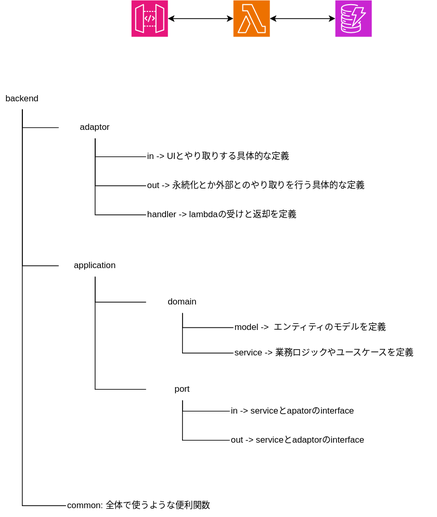
This is document/design.drawio.svg from maruring/CleanArchitecture, a draw.io export, as it was before one commit. Source tidied: cells renumbered, new cells last; positions are measured from the earlier drawing's top-left corner, leaving out a move shared by most shapes.
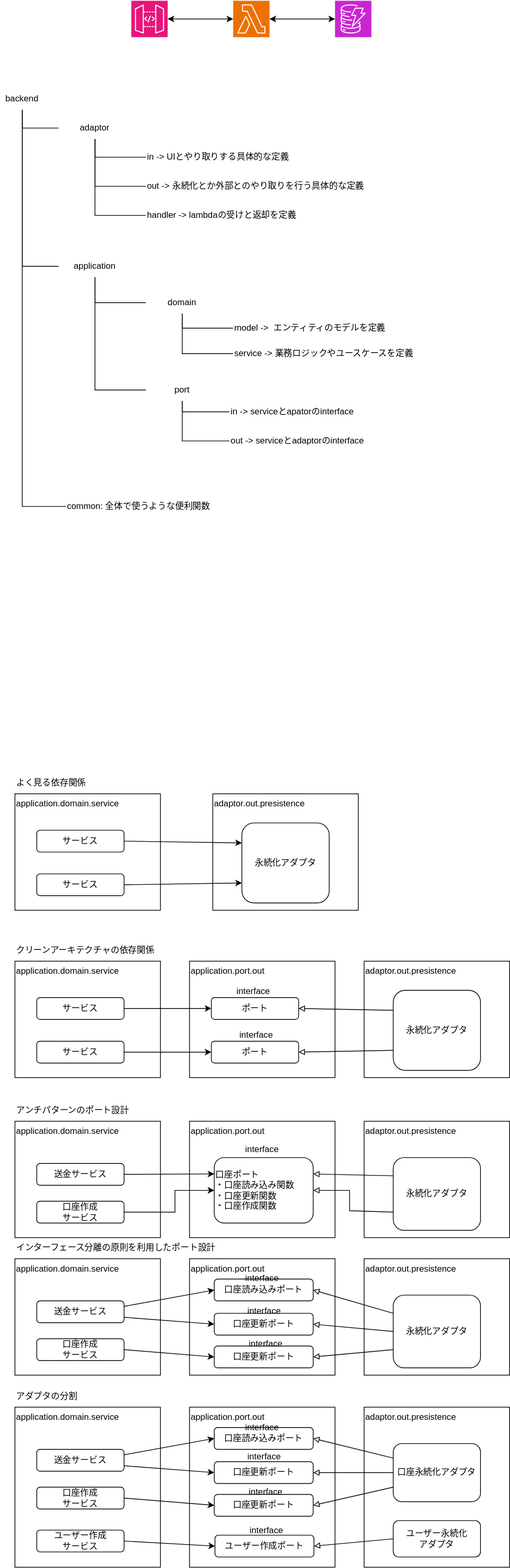
The same file after the commit.

Change to the diagram source:
```diff
@@ -140,5 +140,255 @@
     <mxCell id="31" value="out -&amp;gt; serviceとadaptorのinterface" style="text;html=1;align=left;verticalAlign=middle;whiteSpace=wrap;rounded=0;" parent="1" vertex="1">
       <mxGeometry x="315" y="590" width="235" height="30" as="geometry" />
     </mxCell>
+    <mxCell id="32" value="application.domain.service" style="rounded=0;whiteSpace=wrap;html=1;align=left;verticalAlign=top;" parent="1" vertex="1">
+      <mxGeometry x="20" y="1090" width="200" height="160" as="geometry" />
+    </mxCell>
+    <mxCell id="33" value="adaptor.out.presistence" style="rounded=0;whiteSpace=wrap;html=1;align=left;verticalAlign=top;" parent="1" vertex="1">
+      <mxGeometry x="292" y="1090" width="200" height="160" as="geometry" />
+    </mxCell>
+    <mxCell id="34" style="edgeStyle=none;html=1;exitX=1;exitY=0.5;exitDx=0;exitDy=0;entryX=0;entryY=0.75;entryDx=0;entryDy=0;" parent="1" edge="1" source="35" target="38">
+      <mxGeometry relative="1" as="geometry" />
+    </mxCell>
+    <mxCell id="35" value="サービス" style="rounded=1;whiteSpace=wrap;html=1;" parent="1" vertex="1">
+      <mxGeometry x="50" y="1200" width="120" height="30" as="geometry" />
+    </mxCell>
+    <mxCell id="36" style="edgeStyle=none;html=1;exitX=1;exitY=0.5;exitDx=0;exitDy=0;entryX=0;entryY=0.25;entryDx=0;entryDy=0;" parent="1" edge="1" source="37" target="38">
+      <mxGeometry relative="1" as="geometry" />
+    </mxCell>
+    <mxCell id="37" value="サービス" style="rounded=1;whiteSpace=wrap;html=1;" parent="1" vertex="1">
+      <mxGeometry x="50" y="1140" width="120" height="30" as="geometry" />
+    </mxCell>
+    <mxCell id="38" value="永続化アダプタ" style="rounded=1;whiteSpace=wrap;html=1;" parent="1" vertex="1">
+      <mxGeometry x="332" y="1130" width="120" height="110" as="geometry" />
+    </mxCell>
+    <mxCell id="39" value="application.domain.service" style="rounded=0;whiteSpace=wrap;html=1;align=left;verticalAlign=top;" parent="1" vertex="1">
+      <mxGeometry x="20" y="1320" width="200" height="160" as="geometry" />
+    </mxCell>
+    <mxCell id="40" value="application.port.out" style="rounded=0;whiteSpace=wrap;html=1;align=left;verticalAlign=top;" parent="1" vertex="1">
+      <mxGeometry x="260" y="1320" width="200" height="160" as="geometry" />
+    </mxCell>
+    <mxCell id="41" value="adaptor.out.presistence" style="rounded=0;whiteSpace=wrap;html=1;align=left;verticalAlign=top;" parent="1" vertex="1">
+      <mxGeometry x="500" y="1320" width="200" height="160" as="geometry" />
+    </mxCell>
+    <mxCell id="42" style="edgeStyle=none;html=1;exitX=1;exitY=0.5;exitDx=0;exitDy=0;entryX=0;entryY=0.5;entryDx=0;entryDy=0;" parent="1" edge="1" source="43" target="47">
+      <mxGeometry relative="1" as="geometry" />
+    </mxCell>
+    <mxCell id="43" value="サービス" style="rounded=1;whiteSpace=wrap;html=1;" parent="1" vertex="1">
+      <mxGeometry x="50" y="1430" width="120" height="30" as="geometry" />
+    </mxCell>
+    <mxCell id="44" style="edgeStyle=none;html=1;exitX=1;exitY=0.5;exitDx=0;exitDy=0;entryX=0;entryY=0.5;entryDx=0;entryDy=0;" parent="1" edge="1" source="45" target="46">
+      <mxGeometry relative="1" as="geometry" />
+    </mxCell>
+    <mxCell id="45" value="サービス" style="rounded=1;whiteSpace=wrap;html=1;" parent="1" vertex="1">
+      <mxGeometry x="50" y="1370" width="120" height="30" as="geometry" />
+    </mxCell>
+    <mxCell id="46" value="ポート" style="rounded=1;whiteSpace=wrap;html=1;" parent="1" vertex="1">
+      <mxGeometry x="290" y="1370" width="120" height="30" as="geometry" />
+    </mxCell>
+    <mxCell id="47" value="ポート" style="rounded=1;whiteSpace=wrap;html=1;" parent="1" vertex="1">
+      <mxGeometry x="290" y="1430" width="120" height="30" as="geometry" />
+    </mxCell>
+    <mxCell id="48" style="edgeStyle=none;html=1;exitX=0;exitY=0.25;exitDx=0;exitDy=0;entryX=1;entryY=0.5;entryDx=0;entryDy=0;endArrow=block;endFill=0;" parent="1" edge="1" source="50" target="46">
+      <mxGeometry relative="1" as="geometry" />
+    </mxCell>
+    <mxCell id="49" style="edgeStyle=none;html=1;exitX=0;exitY=0.75;exitDx=0;exitDy=0;entryX=1;entryY=0.5;entryDx=0;entryDy=0;endArrow=block;endFill=0;" parent="1" edge="1" source="50" target="47">
+      <mxGeometry relative="1" as="geometry" />
+    </mxCell>
+    <mxCell id="50" value="永続化アダプタ" style="rounded=1;whiteSpace=wrap;html=1;" parent="1" vertex="1">
+      <mxGeometry x="540" y="1360" width="120" height="110" as="geometry" />
+    </mxCell>
+    <mxCell id="51" value="interface" style="text;html=1;align=center;verticalAlign=middle;whiteSpace=wrap;rounded=0;" parent="1" vertex="1">
+      <mxGeometry x="300" y="1347" width="96" height="30" as="geometry" />
+    </mxCell>
+    <mxCell id="52" value="interface" style="text;html=1;align=center;verticalAlign=middle;whiteSpace=wrap;rounded=0;" parent="1" vertex="1">
+      <mxGeometry x="304" y="1407" width="96" height="30" as="geometry" />
+    </mxCell>
+    <mxCell id="53" value="よく見る依存関係" style="text;html=1;align=left;verticalAlign=middle;whiteSpace=wrap;rounded=0;" parent="1" vertex="1">
+      <mxGeometry x="20" y="1060" width="150" height="30" as="geometry" />
+    </mxCell>
+    <mxCell id="54" value="クリーンアーキテクチャの依存関係" style="text;html=1;align=left;verticalAlign=middle;whiteSpace=wrap;rounded=0;" parent="1" vertex="1">
+      <mxGeometry x="20" y="1290" width="200" height="30" as="geometry" />
+    </mxCell>
+    <mxCell id="55" value="application.domain.service" style="rounded=0;whiteSpace=wrap;html=1;align=left;verticalAlign=top;" parent="1" vertex="1">
+      <mxGeometry x="20" y="1540" width="200" height="160" as="geometry" />
+    </mxCell>
+    <mxCell id="56" value="application.port.out" style="rounded=0;whiteSpace=wrap;html=1;align=left;verticalAlign=top;" parent="1" vertex="1">
+      <mxGeometry x="260" y="1540" width="200" height="160" as="geometry" />
+    </mxCell>
+    <mxCell id="57" value="adaptor.out.presistence" style="rounded=0;whiteSpace=wrap;html=1;align=left;verticalAlign=top;" parent="1" vertex="1">
+      <mxGeometry x="500" y="1540" width="200" height="160" as="geometry" />
+    </mxCell>
+    <mxCell id="58" style="edgeStyle=none;html=1;exitX=1;exitY=0.5;exitDx=0;exitDy=0;entryX=0;entryY=0.5;entryDx=0;entryDy=0;rounded=0;curved=0;" parent="1" edge="1" source="59" target="62">
+      <mxGeometry relative="1" as="geometry">
+        <Array as="points">
+          <mxPoint x="240" y="1665" />
+          <mxPoint x="240" y="1635" />
+        </Array>
+      </mxGeometry>
+    </mxCell>
+    <mxCell id="59" value="口座作成&lt;div&gt;サービス&lt;/div&gt;" style="rounded=1;whiteSpace=wrap;html=1;" parent="1" vertex="1">
+      <mxGeometry x="50" y="1650" width="120" height="30" as="geometry" />
+    </mxCell>
+    <mxCell id="60" style="edgeStyle=none;html=1;exitX=1;exitY=0.5;exitDx=0;exitDy=0;entryX=0;entryY=0.25;entryDx=0;entryDy=0;" parent="1" edge="1" source="61" target="62">
+      <mxGeometry relative="1" as="geometry" />
+    </mxCell>
+    <mxCell id="61" value="送金サービス" style="rounded=1;whiteSpace=wrap;html=1;" parent="1" vertex="1">
+      <mxGeometry x="50" y="1598" width="120" height="30" as="geometry" />
+    </mxCell>
+    <mxCell id="62" value="口座ポート&lt;div&gt;・口座読み込み関数&lt;/div&gt;&lt;div&gt;・口座更新関数&lt;/div&gt;&lt;div&gt;・口座作成関数&lt;/div&gt;" style="rounded=1;whiteSpace=wrap;html=1;align=left;" parent="1" vertex="1">
+      <mxGeometry x="294" y="1590" width="136" height="90" as="geometry" />
+    </mxCell>
+    <mxCell id="63" style="edgeStyle=none;html=1;exitX=0;exitY=0.25;exitDx=0;exitDy=0;entryX=1;entryY=0.25;entryDx=0;entryDy=0;endArrow=block;endFill=0;" parent="1" edge="1" source="65" target="62">
+      <mxGeometry relative="1" as="geometry" />
+    </mxCell>
+    <mxCell id="64" style="edgeStyle=none;html=1;exitX=0;exitY=0.75;exitDx=0;exitDy=0;entryX=1;entryY=0.5;entryDx=0;entryDy=0;endArrow=block;endFill=0;rounded=0;curved=0;" parent="1" edge="1" source="65" target="62">
+      <mxGeometry relative="1" as="geometry">
+        <Array as="points">
+          <mxPoint x="480" y="1663" />
+          <mxPoint x="480" y="1635" />
+        </Array>
+      </mxGeometry>
+    </mxCell>
+    <mxCell id="65" value="永続化アダプタ" style="rounded=1;whiteSpace=wrap;html=1;" parent="1" vertex="1">
+      <mxGeometry x="540" y="1590" width="120" height="100" as="geometry" />
+    </mxCell>
+    <mxCell id="66" value="interface" style="text;html=1;align=center;verticalAlign=middle;whiteSpace=wrap;rounded=0;" parent="1" vertex="1">
+      <mxGeometry x="312" y="1564" width="96" height="30" as="geometry" />
+    </mxCell>
+    <mxCell id="67" value="アンチパターンのポート設計" style="text;html=1;align=left;verticalAlign=middle;whiteSpace=wrap;rounded=0;" parent="1" vertex="1">
+      <mxGeometry x="20" y="1510" width="200" height="30" as="geometry" />
+    </mxCell>
+    <mxCell id="68" value="application.domain.service" style="rounded=0;whiteSpace=wrap;html=1;align=left;verticalAlign=top;" parent="1" vertex="1">
+      <mxGeometry x="20" y="1729" width="200" height="160" as="geometry" />
+    </mxCell>
+    <mxCell id="69" value="application.port.out" style="rounded=0;whiteSpace=wrap;html=1;align=left;verticalAlign=top;" parent="1" vertex="1">
+      <mxGeometry x="260" y="1729" width="200" height="160" as="geometry" />
+    </mxCell>
+    <mxCell id="70" value="adaptor.out.presistence" style="rounded=0;whiteSpace=wrap;html=1;align=left;verticalAlign=top;" parent="1" vertex="1">
+      <mxGeometry x="500" y="1729" width="200" height="160" as="geometry" />
+    </mxCell>
+    <mxCell id="71" value="口座作成&lt;div&gt;サービス&lt;/div&gt;" style="rounded=1;whiteSpace=wrap;html=1;" parent="1" vertex="1">
+      <mxGeometry x="50" y="1839" width="120" height="30" as="geometry" />
+    </mxCell>
+    <mxCell id="72" value="送金サービス" style="rounded=1;whiteSpace=wrap;html=1;" parent="1" vertex="1">
+      <mxGeometry x="50" y="1787" width="120" height="30" as="geometry" />
+    </mxCell>
+    <mxCell id="73" value="口座読み込みポート" style="rounded=1;whiteSpace=wrap;html=1;align=center;" parent="1" vertex="1">
+      <mxGeometry x="294" y="1757" width="136" height="30" as="geometry" />
+    </mxCell>
+    <mxCell id="74" style="edgeStyle=none;html=1;exitX=0;exitY=0.25;exitDx=0;exitDy=0;entryX=1;entryY=0.5;entryDx=0;entryDy=0;endArrow=block;endFill=0;" parent="1" edge="1" source="75" target="73">
+      <mxGeometry relative="1" as="geometry" />
+    </mxCell>
+    <mxCell id="75" value="永続化アダプタ" style="rounded=1;whiteSpace=wrap;html=1;" parent="1" vertex="1">
+      <mxGeometry x="540" y="1779" width="120" height="100" as="geometry" />
+    </mxCell>
+    <mxCell id="76" value="口座更新ポート" style="rounded=1;whiteSpace=wrap;html=1;align=center;" parent="1" vertex="1">
+      <mxGeometry x="294" y="1804" width="136" height="30" as="geometry" />
+    </mxCell>
+    <mxCell id="77" value="口座更新ポート" style="rounded=1;whiteSpace=wrap;html=1;align=center;" parent="1" vertex="1">
+      <mxGeometry x="294" y="1849" width="136" height="30" as="geometry" />
+    </mxCell>
+    <mxCell id="78" value="interface" style="text;html=1;align=center;verticalAlign=middle;whiteSpace=wrap;rounded=0;" parent="1" vertex="1">
+      <mxGeometry x="312" y="1744" width="96" height="25" as="geometry" />
+    </mxCell>
+    <mxCell id="79" value="interface" style="text;html=1;align=center;verticalAlign=middle;whiteSpace=wrap;rounded=0;" parent="1" vertex="1">
+      <mxGeometry x="315" y="1789" width="96" height="25" as="geometry" />
+    </mxCell>
+    <mxCell id="80" value="interface" style="text;html=1;align=center;verticalAlign=middle;whiteSpace=wrap;rounded=0;" parent="1" vertex="1">
+      <mxGeometry x="317" y="1833" width="96" height="25" as="geometry" />
+    </mxCell>
+    <mxCell id="81" style="edgeStyle=none;html=1;exitX=0;exitY=0.5;exitDx=0;exitDy=0;entryX=1;entryY=0.5;entryDx=0;entryDy=0;endArrow=block;endFill=0;" parent="1" edge="1" source="75" target="76">
+      <mxGeometry relative="1" as="geometry" />
+    </mxCell>
+    <mxCell id="82" style="edgeStyle=none;html=1;exitX=0;exitY=0.75;exitDx=0;exitDy=0;entryX=1;entryY=0.5;entryDx=0;entryDy=0;endArrow=block;endFill=0;" parent="1" edge="1" source="75" target="77">
+      <mxGeometry relative="1" as="geometry" />
+    </mxCell>
+    <mxCell id="83" style="edgeStyle=none;html=1;exitX=1;exitY=0.25;exitDx=0;exitDy=0;entryX=0;entryY=0.5;entryDx=0;entryDy=0;" parent="1" edge="1" source="72" target="73">
+      <mxGeometry relative="1" as="geometry" />
+    </mxCell>
+    <mxCell id="84" style="edgeStyle=none;html=1;exitX=1;exitY=0.75;exitDx=0;exitDy=0;entryX=0;entryY=0.5;entryDx=0;entryDy=0;" parent="1" edge="1" source="72" target="76">
+      <mxGeometry relative="1" as="geometry" />
+    </mxCell>
+    <mxCell id="85" style="edgeStyle=none;html=1;entryX=0;entryY=0.5;entryDx=0;entryDy=0;exitX=1;exitY=0.5;exitDx=0;exitDy=0;" parent="1" edge="1" source="71" target="77">
+      <mxGeometry relative="1" as="geometry" />
+    </mxCell>
+    <mxCell id="86" value="インターフェース分離の原則を利用したポート設計" style="text;html=1;align=left;verticalAlign=middle;whiteSpace=wrap;rounded=0;" parent="1" vertex="1">
+      <mxGeometry x="20" y="1699" width="320" height="30" as="geometry" />
+    </mxCell>
+    <mxCell id="87" value="application.domain.service" style="rounded=0;whiteSpace=wrap;html=1;align=left;verticalAlign=top;" parent="1" vertex="1">
+      <mxGeometry x="20" y="1933" width="200" height="220" as="geometry" />
+    </mxCell>
+    <mxCell id="88" value="application.port.out" style="rounded=0;whiteSpace=wrap;html=1;align=left;verticalAlign=top;" parent="1" vertex="1">
+      <mxGeometry x="260" y="1933" width="200" height="220" as="geometry" />
+    </mxCell>
+    <mxCell id="89" value="adaptor.out.presistence" style="rounded=0;whiteSpace=wrap;html=1;align=left;verticalAlign=top;" parent="1" vertex="1">
+      <mxGeometry x="500" y="1933" width="200" height="220" as="geometry" />
+    </mxCell>
+    <mxCell id="90" value="口座作成&lt;div&gt;サービス&lt;/div&gt;" style="rounded=1;whiteSpace=wrap;html=1;" parent="1" vertex="1">
+      <mxGeometry x="50" y="2043" width="120" height="30" as="geometry" />
+    </mxCell>
+    <mxCell id="91" value="送金サービス" style="rounded=1;whiteSpace=wrap;html=1;" parent="1" vertex="1">
+      <mxGeometry x="50" y="1991" width="120" height="30" as="geometry" />
+    </mxCell>
+    <mxCell id="92" value="口座読み込みポート" style="rounded=1;whiteSpace=wrap;html=1;align=center;" parent="1" vertex="1">
+      <mxGeometry x="294" y="1961" width="136" height="30" as="geometry" />
+    </mxCell>
+    <mxCell id="93" style="edgeStyle=none;html=1;exitX=0;exitY=0.25;exitDx=0;exitDy=0;entryX=1;entryY=0.5;entryDx=0;entryDy=0;endArrow=block;endFill=0;" parent="1" edge="1" source="94" target="92">
+      <mxGeometry relative="1" as="geometry" />
+    </mxCell>
+    <mxCell id="94" value="口座永続化アダプタ" style="rounded=1;whiteSpace=wrap;html=1;" parent="1" vertex="1">
+      <mxGeometry x="540" y="1983" width="120" height="80" as="geometry" />
+    </mxCell>
+    <mxCell id="95" value="口座更新ポート" style="rounded=1;whiteSpace=wrap;html=1;align=center;" parent="1" vertex="1">
+      <mxGeometry x="294" y="2008" width="136" height="30" as="geometry" />
+    </mxCell>
+    <mxCell id="96" value="口座更新ポート" style="rounded=1;whiteSpace=wrap;html=1;align=center;" parent="1" vertex="1">
+      <mxGeometry x="294" y="2053" width="136" height="30" as="geometry" />
+    </mxCell>
+    <mxCell id="97" value="interface" style="text;html=1;align=center;verticalAlign=middle;whiteSpace=wrap;rounded=0;" parent="1" vertex="1">
+      <mxGeometry x="312" y="1948" width="96" height="25" as="geometry" />
+    </mxCell>
+    <mxCell id="98" value="interface" style="text;html=1;align=center;verticalAlign=middle;whiteSpace=wrap;rounded=0;" parent="1" vertex="1">
+      <mxGeometry x="315" y="1989" width="96" height="25" as="geometry" />
+    </mxCell>
+    <mxCell id="99" value="interface" style="text;html=1;align=center;verticalAlign=middle;whiteSpace=wrap;rounded=0;" parent="1" vertex="1">
+      <mxGeometry x="317" y="2037" width="96" height="25" as="geometry" />
+    </mxCell>
+    <mxCell id="100" style="edgeStyle=none;html=1;exitX=0;exitY=0.5;exitDx=0;exitDy=0;entryX=1;entryY=0.5;entryDx=0;entryDy=0;endArrow=block;endFill=0;" parent="1" edge="1" source="94" target="95">
+      <mxGeometry relative="1" as="geometry" />
+    </mxCell>
+    <mxCell id="101" style="edgeStyle=none;html=1;exitX=0;exitY=0.75;exitDx=0;exitDy=0;entryX=1;entryY=0.5;entryDx=0;entryDy=0;endArrow=block;endFill=0;" parent="1" edge="1" source="94" target="96">
+      <mxGeometry relative="1" as="geometry" />
+    </mxCell>
+    <mxCell id="102" style="edgeStyle=none;html=1;exitX=1;exitY=0.25;exitDx=0;exitDy=0;entryX=0;entryY=0.5;entryDx=0;entryDy=0;" parent="1" edge="1" source="91" target="92">
+      <mxGeometry relative="1" as="geometry" />
+    </mxCell>
+    <mxCell id="103" style="edgeStyle=none;html=1;exitX=1;exitY=0.75;exitDx=0;exitDy=0;entryX=0;entryY=0.5;entryDx=0;entryDy=0;" parent="1" edge="1" source="91" target="95">
+      <mxGeometry relative="1" as="geometry" />
+    </mxCell>
+    <mxCell id="104" style="edgeStyle=none;html=1;entryX=0;entryY=0.5;entryDx=0;entryDy=0;exitX=1;exitY=0.5;exitDx=0;exitDy=0;" parent="1" edge="1" source="90" target="96">
+      <mxGeometry relative="1" as="geometry" />
+    </mxCell>
+    <mxCell id="105" value="アダプタの分割" style="text;html=1;align=left;verticalAlign=middle;whiteSpace=wrap;rounded=0;" parent="1" vertex="1">
+      <mxGeometry x="20" y="1903" width="320" height="30" as="geometry" />
+    </mxCell>
+    <mxCell id="106" value="ユーザー作成&lt;br&gt;&lt;div&gt;サービス&lt;/div&gt;" style="rounded=1;whiteSpace=wrap;html=1;" parent="1" vertex="1">
+      <mxGeometry x="50" y="2102" width="120" height="30" as="geometry" />
+    </mxCell>
+    <mxCell id="107" value="ユーザー作成ポート" style="rounded=1;whiteSpace=wrap;html=1;align=center;" parent="1" vertex="1">
+      <mxGeometry x="295" y="2109" width="136" height="30" as="geometry" />
+    </mxCell>
+    <mxCell id="108" value="interface" style="text;html=1;align=center;verticalAlign=middle;whiteSpace=wrap;rounded=0;" parent="1" vertex="1">
+      <mxGeometry x="318" y="2090" width="96" height="25" as="geometry" />
+    </mxCell>
+    <mxCell id="109" value="ユーザー永続化&lt;div&gt;アダプタ&lt;/div&gt;" style="rounded=1;whiteSpace=wrap;html=1;" parent="1" vertex="1">
+      <mxGeometry x="540" y="2089" width="120" height="50" as="geometry" />
+    </mxCell>
+    <mxCell id="110" style="edgeStyle=none;html=1;entryX=0;entryY=0.5;entryDx=0;entryDy=0;exitX=1;exitY=0.5;exitDx=0;exitDy=0;" parent="1" edge="1" source="106" target="107">
+      <mxGeometry relative="1" as="geometry" />
+    </mxCell>
+    <mxCell id="111" style="edgeStyle=none;html=1;exitX=0;exitY=0.5;exitDx=0;exitDy=0;entryX=1;entryY=0.5;entryDx=0;entryDy=0;endArrow=block;endFill=0;" parent="1" edge="1" source="109" target="107">
+      <mxGeometry relative="1" as="geometry" />
+    </mxCell>
   </root>
 </mxGraphModel>
```
